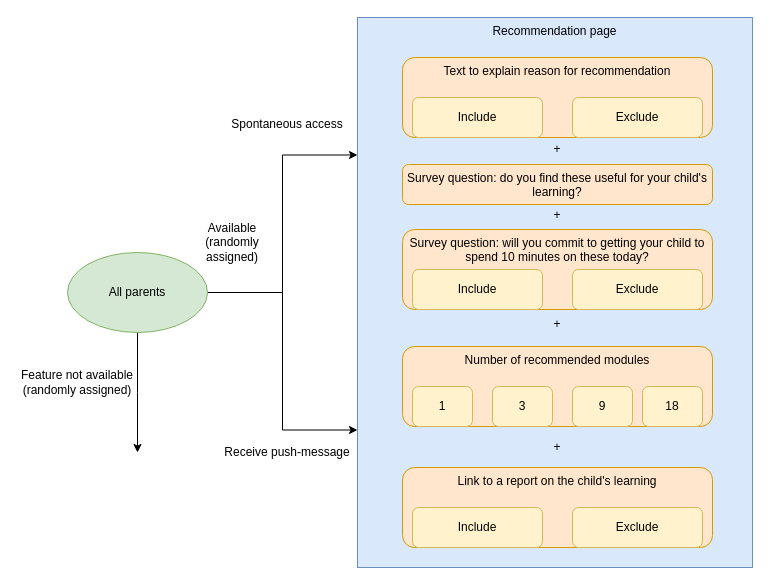
henrishi/drawio keeps this draw.io diagram as parent_nudge_stages_engagepage.drawio. Above is the earlier version. Source tidied: cells renumbered, new cells numbered last; positions are measured from the earlier drawing's top-left corner, leaving out a move shared by most shapes. Both pictures are drawn from the tidied source at 100%, with x=0, y=0 at pixel (17, 17).
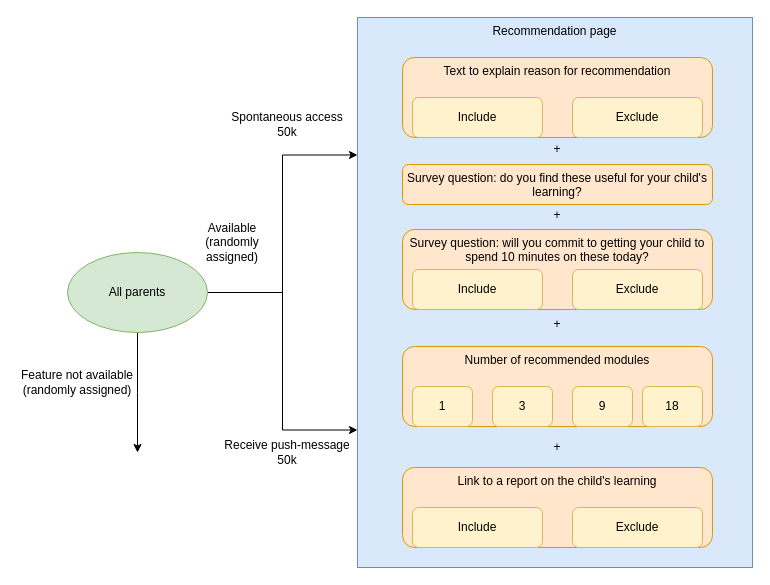
Above is the later version.

What changed in the source:
```diff
@@
-    <mxCell id="8" value="Receive push-message" style="text;html=1;strokeColor=none;fillColor=none;align=center;verticalAlign=middle;whiteSpace=wrap;rounded=0;" parent="1" vertex="1">
+    <mxCell id="8" value="Receive push-message&lt;br&gt;50k" style="text;html=1;strokeColor=none;fillColor=none;align=center;verticalAlign=middle;whiteSpace=wrap;rounded=0;" parent="1" vertex="1">
       <mxGeometry x="200" y="425" width="140" height="20" as="geometry" />
     </mxCell>
-    <mxCell id="9" value="Spontaneous access" style="text;html=1;strokeColor=none;fillColor=none;align=center;verticalAlign=middle;whiteSpace=wrap;rounded=0;" parent="1" vertex="1">
+    <mxCell id="9" value="Spontaneous access&lt;br&gt;50k" style="text;html=1;strokeColor=none;fillColor=none;align=center;verticalAlign=middle;whiteSpace=wrap;rounded=0;" parent="1" vertex="1">
       <mxGeometry x="210" y="97" width="120" height="20" as="geometry" />
     </mxCell>
```
